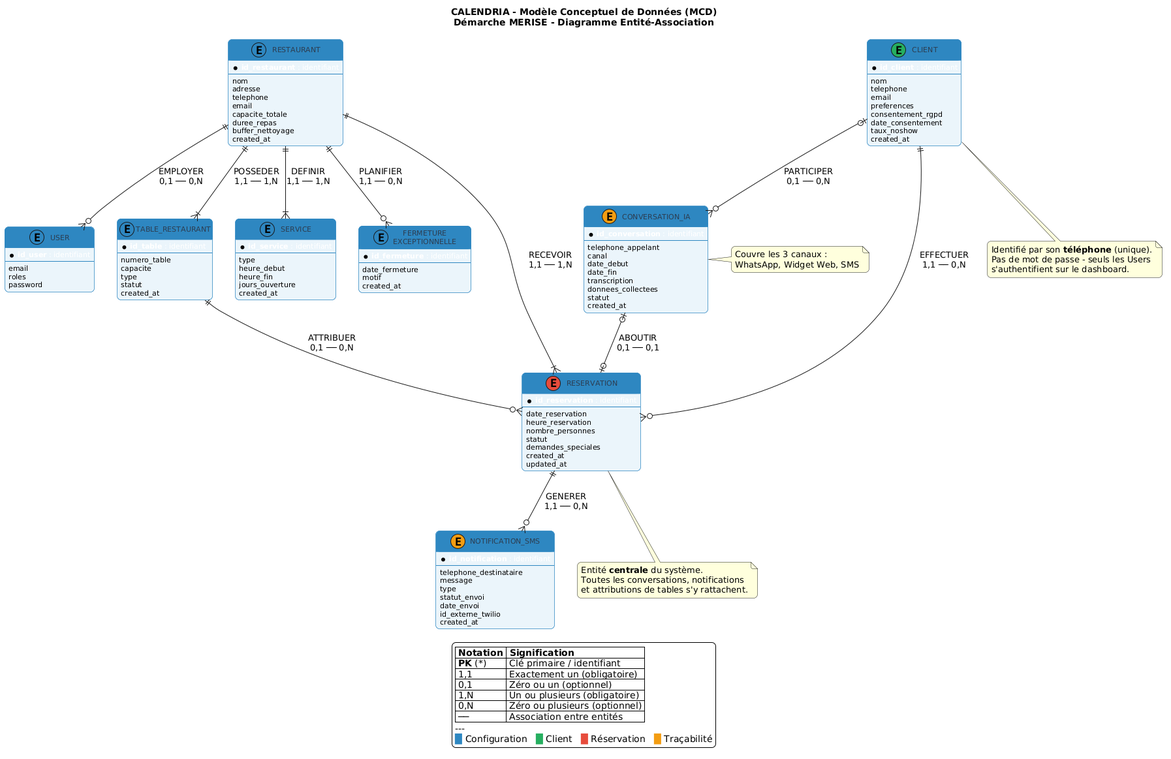
The PlantUML diagram documentation/Jalon3/MCD.png in SafiBougherara/projet_fin_annee, before a commit. Source of this version:
```plantuml
@startuml
title **CALENDRIA - Modèle Conceptuel de Données (MCD)**\nDémarche MERISE - Diagramme Entité-Association

skinparam backgroundColor #FEFEFE
skinparam defaultFontName Inter
skinparam roundCorner 12
skinparam classFontSize 13
skinparam classAttributeFontSize 11

skinparam entity {
    BackgroundColor #EBF5FB
    BorderColor #2E86C1
    FontColor #2C3E50
}

skinparam class {
    BackgroundColor #EBF5FB
    BorderColor #2E86C1
    HeaderBackgroundColor #2E86C1
    HeaderFontColor White
    FontColor #2C3E50
    StereotypeFontColor White
}


class "RESTAURANT" as restaurant << (E,#2E86C1) >> {
    * <color:White>**id_restaurant** : identifiant</color>
    --
    nom
    adresse
    telephone
    email
    capacite_totale
    duree_repas
    buffer_nettoyage
    created_at
}

class "USER" as user << (E,#2E86C1) >> {
    * <color:White>**id_user** : identifiant</color>
    --
    email
    roles
    password
}

class "TABLE_RESTAURANT" as table_rest << (E,#2E86C1) >> {
    * <color:White>**id_table** : identifiant</color>
    --
    numero_table
    capacite
    type
    statut
    created_at
}

class "SERVICE" as service << (E,#2E86C1) >> {
    * <color:White>**id_service** : identifiant</color>
    --
    type
    heure_debut
    heure_fin
    jours_ouverture
    created_at
}

class "FERMETURE\nEXCEPTIONNELLE" as fermeture << (E,#2E86C1) >> {
    * <color:White>**id_fermeture** : identifiant</color>
    --
    date_fermeture
    motif
    created_at
}

class "CLIENT" as client << (E,#27AE60) >> {
    * <color:White>**id_client** : identifiant</color>
    --
    nom
    telephone
    email
    preferences
    consentement_rgpd
    date_consentement
    taux_noshow
    created_at
}

class "RESERVATION" as reservation << (E,#E74C3C) >> {
    * <color:White>**id_reservation** : identifiant</color>
    --
    date_reservation
    heure_reservation
    nombre_personnes
    statut
    demandes_speciales
    created_at
    updated_at
}

class "CONVERSATION_IA" as conversation << (E,#F39C12) >> {
    * <color:White>**id_conversation** : identifiant</color>
    --
    telephone_appelant
    canal
    date_debut
    date_fin
    transcription
    donnees_collectees
    statut
    created_at
}

class "NOTIFICATION_SMS" as notification << (E,#F39C12) >> {
    * <color:White>**id_notification** : identifiant</color>
    --
    telephone_destinataire
    message
    type
    statut_envoi
    date_envoi
    id_externe_twilio
    created_at
}


restaurant ||--|{ table_rest : "POSSEDER\n1,1 ── 1,N"

restaurant ||--|{ service : "DEFINIR\n1,1 ── 1,N"

restaurant ||--o{ fermeture : "PLANIFIER\n1,1 ── 0,N"

restaurant ||--o{ user : "EMPLOYER\n0,1 ── 0,N"

restaurant ||--|{ reservation : "RECEVOIR\n1,1 ── 1,N"

client ||--o{ reservation : "EFFECTUER\n1,1 ── 0,N"

table_rest ||--o{ reservation : "ATTRIBUER\n0,1 ── 0,N"

reservation ||--o{ notification : "GENERER\n1,1 ── 0,N"

client |o--o{ conversation : "PARTICIPER\n0,1 ── 0,N"

conversation |o--o| reservation : "ABOUTIR\n0,1 ── 0,1"


legend bottom
  |= Notation |= Signification |
  | **PK** (*) | Clé primaire / identifiant |
  | 1,1 | Exactement un (obligatoire) |
  | 0,1 | Zéro ou un (optionnel) |
  | 1,N | Un ou plusieurs (obligatoire) |
  | 0,N | Zéro ou plusieurs (optionnel) |
  | ── | Association entre entités |
  ---
  <color:#2E86C1>█</color> Configuration   <color:#27AE60>█</color> Client   <color:#E74C3C>█</color> Réservation   <color:#F39C12>█</color> Traçabilité
endlegend

note bottom of reservation
  Entité **centrale** du système.
  Toutes les conversations, notifications
  et attributions de tables s'y rattachent.
end note

note bottom of client
  Identifié par son **téléphone** (unique).
  Pas de mot de passe - seuls les Users
  s'authentifient sur le dashboard.
end note

note right of conversation
  Couvre les 3 canaux :
  WhatsApp, Widget Web, SMS
end note
@enduml
```
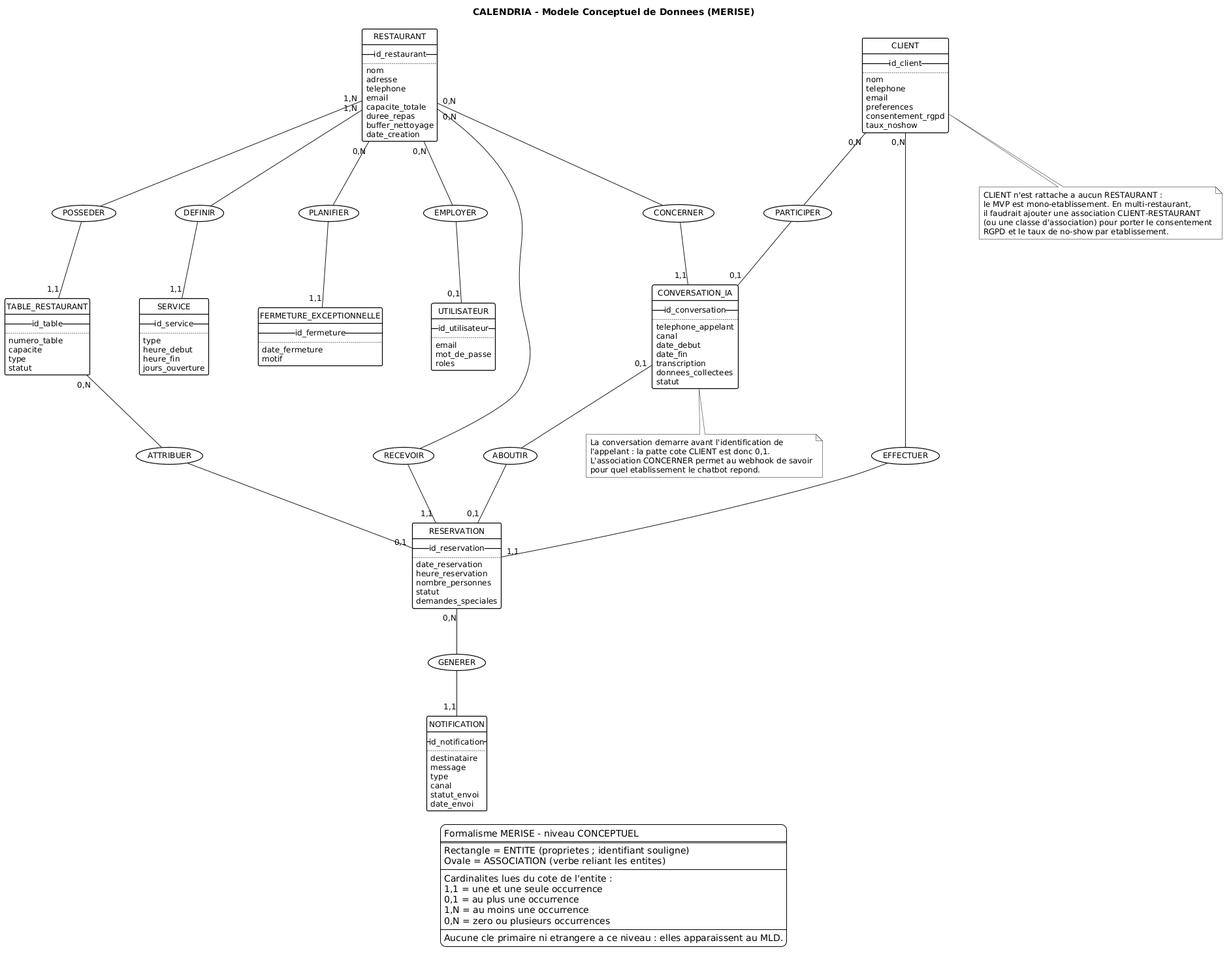
Later version of the same file.

Diff of the diagram source:
```diff
@@ -1,175 +1,199 @@
-@startuml
-title **CALENDRIA - Modèle Conceptuel de Données (MCD)**\nDémarche MERISE - Diagramme Entité-Association
+@startuml MCD_CALENDRIA
 
-skinparam backgroundColor #FEFEFE
-skinparam defaultFontName Inter
-skinparam roundCorner 12
-skinparam classFontSize 13
-skinparam classAttributeFontSize 11
+title CALENDRIA - Modele Conceptuel de Donnees (MERISE)
 
-skinparam entity {
-    BackgroundColor #EBF5FB
-    BorderColor #2E86C1
-    FontColor #2C3E50
-}
+allowmixing
+
+skinparam monochrome true
+skinparam shadowing false
+skinparam backgroundColor #FFFFFF
+skinparam defaultFontName Arial
+skinparam defaultFontSize 12
+skinparam nodesep 75
+skinparam ranksep 70
+
+hide circle
+hide methods
+skinparam classAttributeIconSize 0
 
 skinparam class {
-    BackgroundColor #EBF5FB
-    BorderColor #2E86C1
-    HeaderBackgroundColor #2E86C1
-    HeaderFontColor White
-    FontColor #2C3E50
-    StereotypeFontColor White
+  BackgroundColor #FFFFFF
+  BorderColor #000000
+  BorderThickness 1.2
+}
+skinparam usecase {
+  BackgroundColor #FFFFFF
+  BorderColor #000000
+  BorderThickness 1.2
 }
 
 
-class "RESTAURANT" as restaurant << (E,#2E86C1) >> {
-    * <color:White>**id_restaurant** : identifiant</color>
-    --
-    nom
-    adresse
-    telephone
-    email
-    capacite_totale
-    duree_repas
-    buffer_nettoyage
-    created_at
+entity RESTAURANT {
+  __id_restaurant__
+  ..
+  nom
+  adresse
+  telephone
+  email
+  capacite_totale
+  duree_repas
+  buffer_nettoyage
+  date_creation
 }
 
-class "USER" as user << (E,#2E86C1) >> {
-    * <color:White>**id_user** : identifiant</color>
-    --
-    email
-    roles
-    password
+entity UTILISATEUR {
+  __id_utilisateur__
+  ..
+  email
+  mot_de_passe
+  roles
 }
 
-class "TABLE_RESTAURANT" as table_rest << (E,#2E86C1) >> {
-    * <color:White>**id_table** : identifiant</color>
-    --
-    numero_table
-    capacite
-    type
-    statut
-    created_at
+entity TABLE_RESTAURANT {
+  __id_table__
+  ..
+  numero_table
+  capacite
+  type
+  statut
 }
 
-class "SERVICE" as service << (E,#2E86C1) >> {
-    * <color:White>**id_service** : identifiant</color>
-    --
-    type
-    heure_debut
-    heure_fin
-    jours_ouverture
-    created_at
+entity SERVICE {
+  __id_service__
+  ..
+  type
+  heure_debut
+  heure_fin
+  jours_ouverture
 }
 
-class "FERMETURE\nEXCEPTIONNELLE" as fermeture << (E,#2E86C1) >> {
-    * <color:White>**id_fermeture** : identifiant</color>
-    --
-    date_fermeture
-    motif
-    created_at
+entity FERMETURE_EXCEPTIONNELLE {
+  __id_fermeture__
+  ..
+  date_fermeture
+  motif
 }
 
-class "CLIENT" as client << (E,#27AE60) >> {
-    * <color:White>**id_client** : identifiant</color>
-    --
-    nom
-    telephone
-    email
-    preferences
-    consentement_rgpd
-    date_consentement
-    taux_noshow
-    created_at
+entity CLIENT {
+  __id_client__
+  ..
+  nom
+  telephone
+  email
+  preferences
+  consentement_rgpd
+  taux_noshow
 }
 
-class "RESERVATION" as reservation << (E,#E74C3C) >> {
-    * <color:White>**id_reservation** : identifiant</color>
-    --
-    date_reservation
-    heure_reservation
-    nombre_personnes
-    statut
-    demandes_speciales
-    created_at
-    updated_at
+entity RESERVATION {
+  __id_reservation__
+  ..
+  date_reservation
+  heure_reservation
+  nombre_personnes
+  statut
+  demandes_speciales
 }
 
-class "CONVERSATION_IA" as conversation << (E,#F39C12) >> {
-    * <color:White>**id_conversation** : identifiant</color>
-    --
-    telephone_appelant
-    canal
-    date_debut
-    date_fin
-    transcription
-    donnees_collectees
-    statut
-    created_at
+entity CONVERSATION_IA {
+  __id_conversation__
+  ..
+  telephone_appelant
+  canal
+  date_debut
+  date_fin
+  transcription
+  donnees_collectees
+  statut
 }
 
-class "NOTIFICATION_SMS" as notification << (E,#F39C12) >> {
-    * <color:White>**id_notification** : identifiant</color>
-    --
-    telephone_destinataire
-    message
-    type
-    statut_envoi
-    date_envoi
-    id_externe_twilio
-    created_at
+entity NOTIFICATION {
+  __id_notification__
+  ..
+  destinataire
+  message
+  type
+  canal
+  statut_envoi
+  date_envoi
 }
 
 
-restaurant ||--|{ table_rest : "POSSEDER\n1,1 ── 1,N"
+usecase "POSSEDER" as A_POSSEDER
+usecase "DEFINIR" as A_DEFINIR
+usecase "PLANIFIER" as A_PLANIFIER
+usecase "EMPLOYER" as A_EMPLOYER
+usecase "RECEVOIR" as A_RECEVOIR
+usecase "EFFECTUER" as A_EFFECTUER
+usecase "ATTRIBUER" as A_ATTRIBUER
+usecase "GENERER" as A_GENERER
+usecase "PARTICIPER" as A_PARTICIPER
+usecase "CONCERNER" as A_CONCERNER
+usecase "ABOUTIR" as A_ABOUTIR
 
-restaurant ||--|{ service : "DEFINIR\n1,1 ── 1,N"
 
-restaurant ||--o{ fermeture : "PLANIFIER\n1,1 ── 0,N"
+RESTAURANT "1,N" -- A_POSSEDER
+A_POSSEDER -- "1,1" TABLE_RESTAURANT
 
-restaurant ||--o{ user : "EMPLOYER\n0,1 ── 0,N"
+RESTAURANT "1,N" -- A_DEFINIR
+A_DEFINIR -- "1,1" SERVICE
 
-restaurant ||--|{ reservation : "RECEVOIR\n1,1 ── 1,N"
+RESTAURANT "0,N" -- A_PLANIFIER
+A_PLANIFIER -- "1,1" FERMETURE_EXCEPTIONNELLE
 
-client ||--o{ reservation : "EFFECTUER\n1,1 ── 0,N"
+RESTAURANT "0,N" -- A_EMPLOYER
+A_EMPLOYER -- "0,1" UTILISATEUR
 
-table_rest ||--o{ reservation : "ATTRIBUER\n0,1 ── 0,N"
+RESTAURANT "0,N" -- A_RECEVOIR
+A_RECEVOIR -- "1,1" RESERVATION
 
-reservation ||--o{ notification : "GENERER\n1,1 ── 0,N"
+CLIENT "0,N" -- A_EFFECTUER
+A_EFFECTUER -- "1,1" RESERVATION
 
-client |o--o{ conversation : "PARTICIPER\n0,1 ── 0,N"
+TABLE_RESTAURANT "0,N" -- A_ATTRIBUER
+A_ATTRIBUER -- "0,1" RESERVATION
 
-conversation |o--o| reservation : "ABOUTIR\n0,1 ── 0,1"
+RESERVATION "0,N" -- A_GENERER
+A_GENERER -- "1,1" NOTIFICATION
+
+CLIENT "0,N" -- A_PARTICIPER
+A_PARTICIPER -- "0,1" CONVERSATION_IA
+
+RESTAURANT "0,N" -- A_CONCERNER
+A_CONCERNER -- "1,1" CONVERSATION_IA
+
+CONVERSATION_IA "0,1" -- A_ABOUTIR
+A_ABOUTIR -- "0,1" RESERVATION
 
 
 legend bottom
-  |= Notation |= Signification |
-  | **PK** (*) | Clé primaire / identifiant |
-  | 1,1 | Exactement un (obligatoire) |
-  | 0,1 | Zéro ou un (optionnel) |
-  | 1,N | Un ou plusieurs (obligatoire) |
-  | 0,N | Zéro ou plusieurs (optionnel) |
-  | ── | Association entre entités |
-  ---
-  <color:#2E86C1>█</color> Configuration   <color:#27AE60>█</color> Client   <color:#E74C3C>█</color> Réservation   <color:#F39C12>█</color> Traçabilité
+  Formalisme MERISE - niveau CONCEPTUEL
+  ====
+  Rectangle = ENTITE (proprietes ; identifiant souligne)
+  Ovale = ASSOCIATION (verbe reliant les entites)
+  ----
+  Cardinalites lues du cote de l'entite :
+  1,1 = une et une seule occurrence
+  0,1 = au plus une occurrence
+  1,N = au moins une occurrence
+  0,N = zero ou plusieurs occurrences
+  ----
+  Aucune cle primaire ni etrangere a ce niveau : elles apparaissent au MLD.
 endlegend
 
-note bottom of reservation
-  Entité **centrale** du système.
-  Toutes les conversations, notifications
-  et attributions de tables s'y rattachent.
+note bottom of CLIENT
+  CLIENT n'est rattache a aucun RESTAURANT :
+  le MVP est mono-etablissement. En multi-restaurant,
+  il faudrait ajouter une association CLIENT-RESTAURANT
+  (ou une classe d'association) pour porter le consentement
+  RGPD et le taux de no-show par etablissement.
 end note
 
-note bottom of client
-  Identifié par son **téléphone** (unique).
-  Pas de mot de passe - seuls les Users
-  s'authentifient sur le dashboard.
+note bottom of CONVERSATION_IA
+  La conversation demarre avant l'identification de
+  l'appelant : la patte cote CLIENT est donc 0,1.
+  L'association CONCERNER permet au webhook de savoir
+  pour quel etablissement le chatbot repond.
 end note
 
-note right of conversation
-  Couvre les 3 canaux :
-  WhatsApp, Widget Web, SMS
-end note
 @enduml
```
